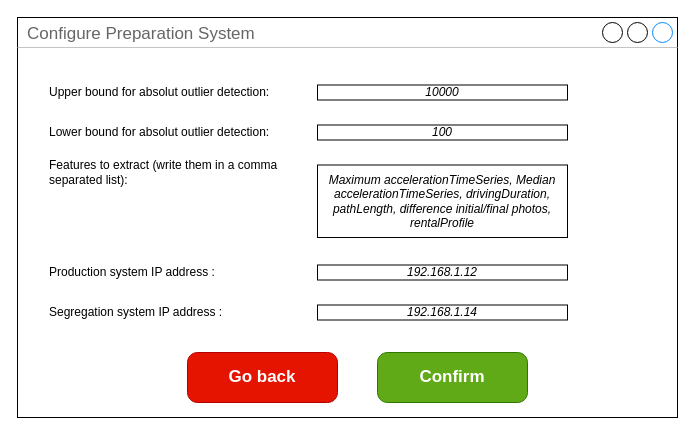
The draw.io diagram configure/preparation system (CAPE)/preparation_system.drawio in BaffoBello14/AutomaticDamagesRecognition, before the edit. Source tidied: cells renumbered, new cells numbered last; positions are measured from the earlier drawing's top-left corner, leaving out a move shared by most shapes. Both pictures are drawn from the tidied source at 100%, with x=0, y=0 at pixel (17, 17).
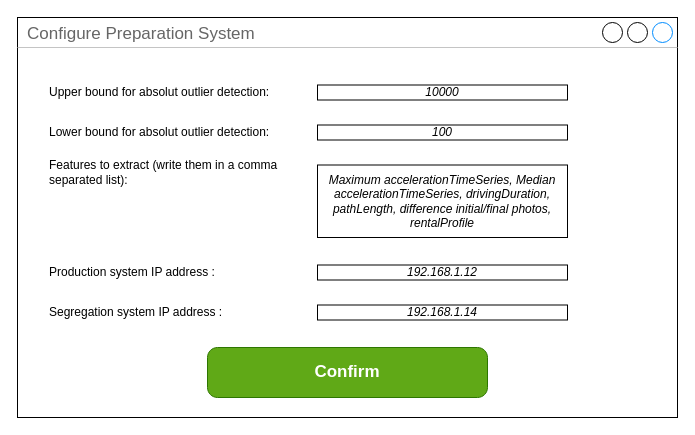
The same page after the edit.

Diff of the diagram source:
```diff
@@
 <mxGraphModel>
   <root>
     <mxCell id="0" />
     <mxCell id="1" parent="0" />
     <mxCell id="2" value="Configure Preparation System" style="strokeWidth=1;shadow=0;dashed=0;align=center;html=1;shape=mxgraph.mockup.containers.window;align=left;verticalAlign=top;spacingLeft=8;strokeColor2=#008cff;strokeColor3=#c4c4c4;fontColor=#666666;mainText=;fontSize=17;labelBackgroundColor=none;whiteSpace=wrap;" parent="1" vertex="1">
       <mxGeometry width="660" height="400" as="geometry" />
     </mxCell>
     <mxCell id="3" value="Confirm" style="strokeWidth=1;shadow=0;dashed=0;align=center;html=1;shape=mxgraph.mockup.buttons.button;strokeColor=#2D7600;fontColor=#ffffff;mainText=;buttonStyle=round;fontSize=17;fontStyle=1;fillColor=#60a917;whiteSpace=wrap;" parent="1" vertex="1">
-      <mxGeometry x="360" y="335" width="150" height="50" as="geometry" />
+      <mxGeometry x="190" y="330" width="280" height="50" as="geometry" />
     </mxCell>
-    <mxCell id="4" value="Go back" style="strokeWidth=1;shadow=0;dashed=0;align=center;html=1;shape=mxgraph.mockup.buttons.button;strokeColor=#B20000;mainText=;buttonStyle=round;fontSize=17;fontStyle=1;fillColor=#e51400;whiteSpace=wrap;fontColor=#ffffff;" parent="1" vertex="1">
-      <mxGeometry x="170" y="335" width="150" height="50" as="geometry" />
-    </mxCell>
     <mxCell id="5" value="Upper bound for absolut outlier detection:" style="text;html=1;strokeColor=none;fillColor=none;align=left;verticalAlign=middle;whiteSpace=wrap;rounded=0;" parent="1" vertex="1">
       <mxGeometry x="30" y="60" width="240" height="30" as="geometry" />
     </mxCell>
     <mxCell id="6" value="&lt;i&gt;&lt;font&gt;10000&lt;/font&gt;&lt;/i&gt;" style="rounded=0;whiteSpace=wrap;html=1;fontColor=#000000;" parent="1" vertex="1">
       <mxGeometry x="300" y="67.5" width="250" height="15" as="geometry" />
     </mxCell>
     <mxCell id="7" value="Lower bound for absolut outlier detection:" style="text;html=1;strokeColor=none;fillColor=none;align=left;verticalAlign=middle;whiteSpace=wrap;rounded=0;" parent="1" vertex="1">
       <mxGeometry x="30" y="100" width="230" height="30" as="geometry" />
     </mxCell>
     <mxCell id="8" value="&lt;i&gt;&lt;font&gt;100&lt;/font&gt;&lt;/i&gt;" style="rounded=0;whiteSpace=wrap;html=1;fontColor=#000000;" parent="1" vertex="1">
       <mxGeometry x="300" y="107.5" width="250" height="15" as="geometry" />
     </mxCell>
     <mxCell id="9" value="Features to extract (write them in a comma separated list):" style="text;html=1;strokeColor=none;fillColor=none;align=left;verticalAlign=middle;whiteSpace=wrap;rounded=0;" parent="1" vertex="1">
       <mxGeometry x="30" y="140" width="240" height="30" as="geometry" />
     </mxCell>
     <mxCell id="10" value="&lt;i&gt;Maximum accelerationTimeSeries, Median accelerationTimeSeries, drivingDuration, pathLength, difference initial/final photos, rentalProfile&lt;/i&gt;" style="rounded=0;whiteSpace=wrap;html=1;fontColor=#000000;" parent="1" vertex="1">
       <mxGeometry x="300" y="147.5" width="250" height="72.5" as="geometry" />
     </mxCell>
     <mxCell id="11" value="Production system IP address :" style="text;html=1;strokeColor=none;fillColor=none;align=left;verticalAlign=middle;whiteSpace=wrap;rounded=0;" parent="1" vertex="1">
       <mxGeometry x="30" y="240" width="210" height="30" as="geometry" />
     </mxCell>
     <mxCell id="12" value="&lt;i style=&quot;border-color: var(--border-color);&quot;&gt;&lt;font style=&quot;border-color: var(--border-color);&quot;&gt;192.168.1.12&lt;/font&gt;&lt;/i&gt;" style="rounded=0;whiteSpace=wrap;html=1;fontColor=#000000;" parent="1" vertex="1">
       <mxGeometry x="300" y="247.5" width="250" height="15" as="geometry" />
     </mxCell>
     <mxCell id="13" value="Segregation system IP address :" style="text;html=1;strokeColor=none;fillColor=none;align=left;verticalAlign=middle;whiteSpace=wrap;rounded=0;" parent="1" vertex="1">
       <mxGeometry x="30" y="280" width="210" height="30" as="geometry" />
     </mxCell>
     <mxCell id="14" value="&lt;i style=&quot;border-color: var(--border-color);&quot;&gt;&lt;font style=&quot;border-color: var(--border-color);&quot;&gt;192.168.1.14&lt;/font&gt;&lt;/i&gt;" style="rounded=0;whiteSpace=wrap;html=1;fontColor=#000000;" parent="1" vertex="1">
       <mxGeometry x="300" y="287.5" width="250" height="15" as="geometry" />
     </mxCell>
   </root>
 </mxGraphModel>
```
